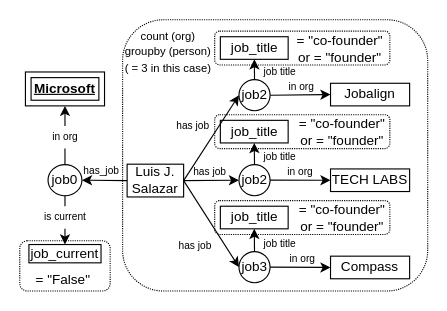
The draw.io diagram complicated_example.drawio in SilvesterYu/FinQA_Vis, before the edit. Source tidied: cells renumbered, new cells numbered last; positions are measured from the earlier drawing's top-left corner, leaving out a move shared by most shapes. Both pictures are drawn from the tidied source at 113%, with x=0, y=0 at pixel (19, 19).
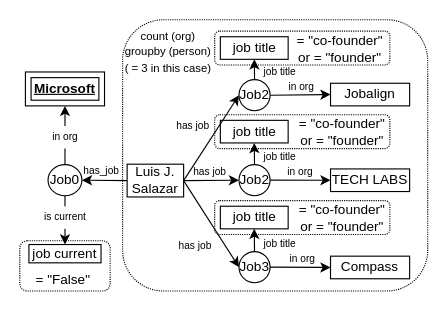
Above is the later version.

Change to the diagram source:
```diff
@@
-    <mxCell id="9" value="&lt;font style=&quot;font-size: 12px;&quot;&gt;job_current&lt;/font&gt;" style="rounded=0;whiteSpace=wrap;html=1;fontSize=10;strokeWidth=1;" parent="1" vertex="1">
+    <mxCell id="9" value="&lt;font style=&quot;font-size: 12px;&quot;&gt;job current&lt;/font&gt;" style="rounded=0;whiteSpace=wrap;html=1;fontSize=10;strokeWidth=1;" parent="1" vertex="1">
       <mxGeometry x="8.1" y="198.9" width="63.8" height="16.2" as="geometry" />
     </mxCell>
@@
-    <mxCell id="11" value="job0" style="ellipse;whiteSpace=wrap;html=1;" parent="1" vertex="1">
+    <mxCell id="11" value="Job0" style="ellipse;whiteSpace=wrap;html=1;" parent="1" vertex="1">
       <mxGeometry x="25" y="128.2" width="30" height="27.5" as="geometry" />
     </mxCell>
@@
-    <mxCell id="13" value="job2" style="ellipse;whiteSpace=wrap;html=1;" parent="1" vertex="1">
+    <mxCell id="13" value="Job2" style="ellipse;whiteSpace=wrap;html=1;" parent="1" vertex="1">
       <mxGeometry x="194" y="128.2" width="27.5" height="27.5" as="geometry" />
     </mxCell>
-    <mxCell id="14" value="job3" style="ellipse;whiteSpace=wrap;html=1;" parent="1" vertex="1">
+    <mxCell id="14" value="Job3" style="ellipse;whiteSpace=wrap;html=1;" parent="1" vertex="1">
       <mxGeometry x="194" y="205.2" width="27.5" height="27.5" as="geometry" />
     </mxCell>
@@
-    <mxCell id="19" value="&lt;font style=&quot;font-size: 12px;&quot;&gt;job_title&lt;/font&gt;" style="rounded=0;whiteSpace=wrap;html=1;" parent="1" vertex="1">
+    <mxCell id="19" value="&lt;font style=&quot;font-size: 12px;&quot;&gt;job title&lt;/font&gt;" style="rounded=0;whiteSpace=wrap;html=1;" parent="1" vertex="1">
       <mxGeometry x="177.5" y="15" width="60" height="20" as="geometry" />
     </mxCell>
-    <mxCell id="20" value="job_title" style="rounded=0;whiteSpace=wrap;html=1;" parent="1" vertex="1">
+    <mxCell id="20" value="job title" style="rounded=0;whiteSpace=wrap;html=1;" parent="1" vertex="1">
       <mxGeometry x="177.5" y="165" width="60" height="20" as="geometry" />
     </mxCell>
-    <mxCell id="21" value="job_title" style="rounded=0;whiteSpace=wrap;html=1;" parent="1" vertex="1">
+    <mxCell id="21" value="job title" style="rounded=0;whiteSpace=wrap;html=1;" parent="1" vertex="1">
       <mxGeometry x="177.5" y="89" width="60" height="20" as="geometry" />
     </mxCell>
@@
-    <mxCell id="49" value="job2" style="ellipse;whiteSpace=wrap;html=1;" parent="1" vertex="1">
+    <mxCell id="49" value="Job2" style="ellipse;whiteSpace=wrap;html=1;" parent="1" vertex="1">
       <mxGeometry x="194" y="53" width="27.5" height="27.5" as="geometry" />
     </mxCell>
```
